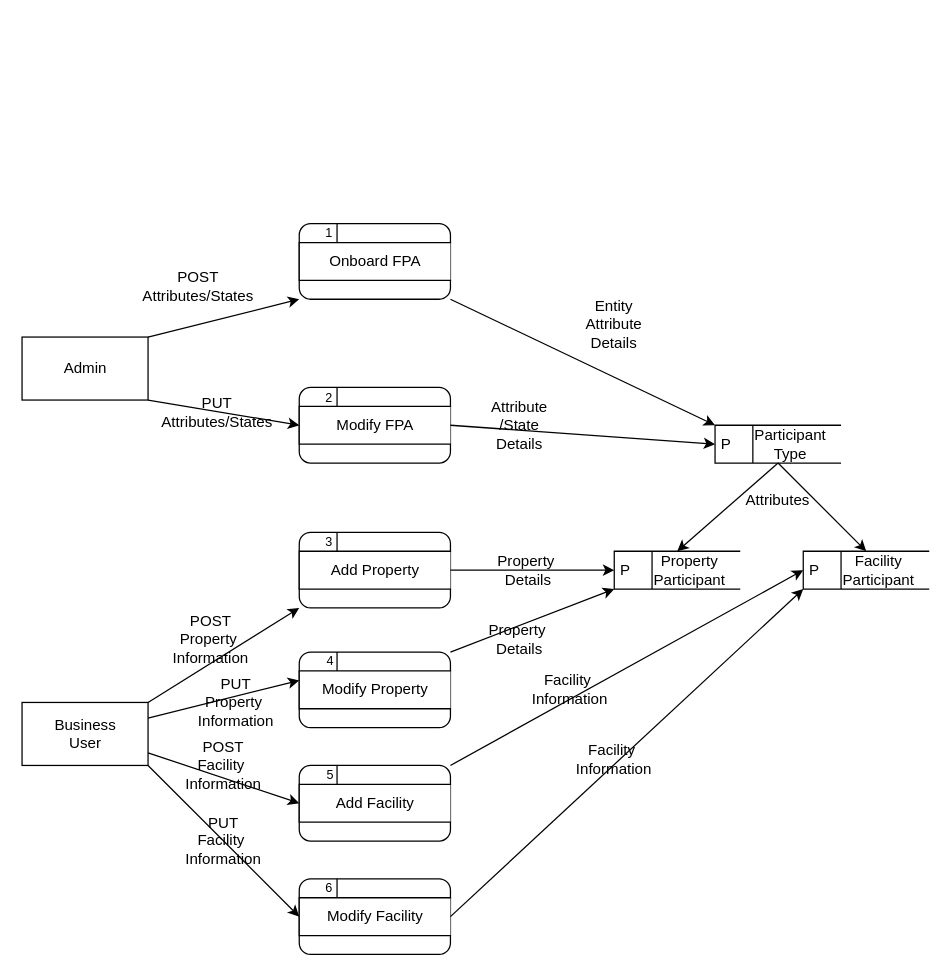
Before: FPAdfd.drawio in jayanthkmr/architecture-diagrams, a draw.io diagram. Source tidied: cells renumbered, new cells numbered last; positions are measured from the earlier drawing's top-left corner, leaving out a move shared by most shapes. Both pictures are drawn from the tidied source at 126%, with x=0, y=0 at pixel (21, 219).
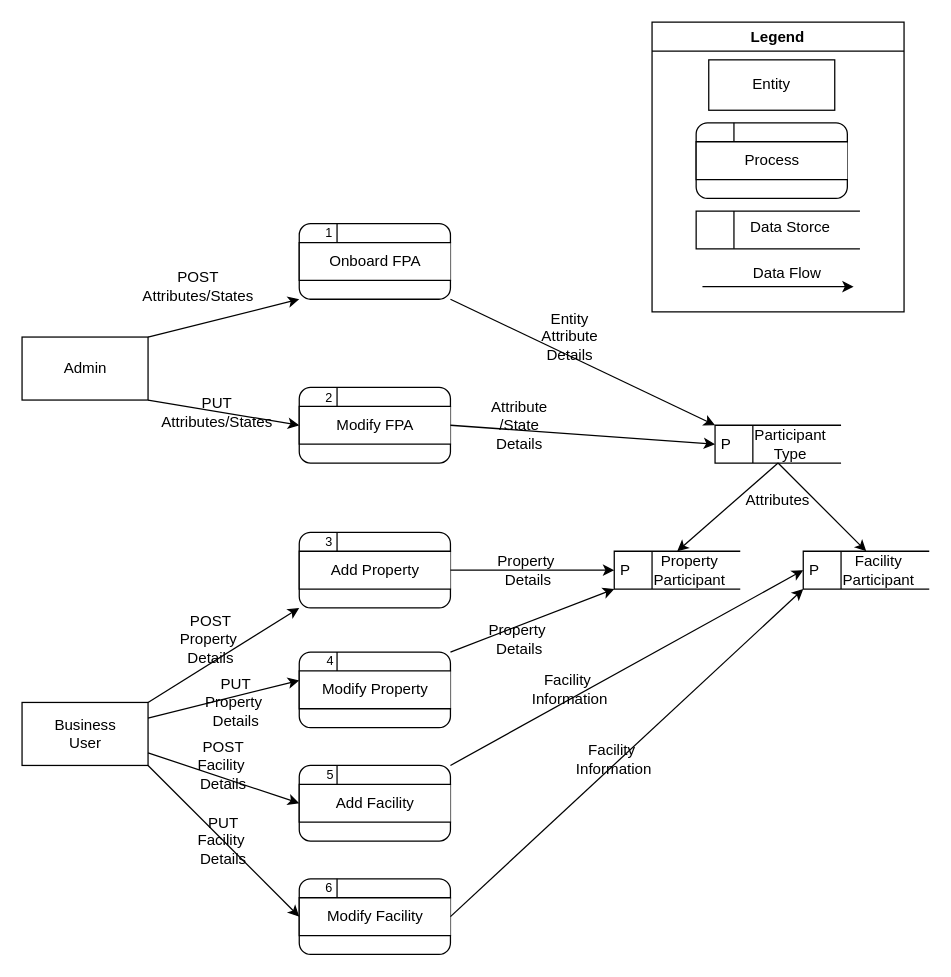
After the change.

Diff of the diagram source:
```diff
@@
     <mxCell id="15" value="Entity Attribute Details" style="text;html=1;strokeColor=none;fillColor=none;align=center;verticalAlign=middle;whiteSpace=wrap;rounded=0;" parent="1" vertex="1">
-      <mxGeometry x="450" y="73" width="40" height="20" as="geometry" />
+      <mxGeometry x="415" y="83" width="40" height="20" as="geometry" />
     </mxCell>
@@
-    <mxCell id="40" value="POST&lt;br&gt;Property&amp;nbsp;&lt;br&gt;Information" style="text;html=1;strokeColor=none;fillColor=none;align=center;verticalAlign=middle;whiteSpace=wrap;rounded=0;" parent="1" vertex="1">
+    <mxCell id="40" value="POST&lt;br&gt;Property&amp;nbsp;&lt;br&gt;Details" style="text;html=1;strokeColor=none;fillColor=none;align=center;verticalAlign=middle;whiteSpace=wrap;rounded=0;" parent="1" vertex="1">
       <mxGeometry x="130" y="323" width="40" height="20" as="geometry" />
     </mxCell>
@@
-    <mxCell id="49" value="PUT Property&amp;nbsp;&lt;br&gt;Information" style="text;html=1;strokeColor=none;fillColor=none;align=center;verticalAlign=middle;whiteSpace=wrap;rounded=0;" parent="1" vertex="1">
+    <mxCell id="49" value="PUT Property&amp;nbsp;&lt;br&gt;Details" style="text;html=1;strokeColor=none;fillColor=none;align=center;verticalAlign=middle;whiteSpace=wrap;rounded=0;" parent="1" vertex="1">
       <mxGeometry x="150" y="373" width="40" height="20" as="geometry" />
     </mxCell>
@@
-    <mxCell id="66" value="POST Facility&amp;nbsp;&lt;br&gt;Information" style="text;html=1;strokeColor=none;fillColor=none;align=center;verticalAlign=middle;whiteSpace=wrap;rounded=0;" parent="1" vertex="1">
+    <mxCell id="66" value="POST Facility&amp;nbsp;&lt;br&gt;Details" style="text;html=1;strokeColor=none;fillColor=none;align=center;verticalAlign=middle;whiteSpace=wrap;rounded=0;" parent="1" vertex="1">
       <mxGeometry x="140" y="423" width="40" height="20" as="geometry" />
     </mxCell>
-    <mxCell id="67" value="PUT Facility&amp;nbsp;&lt;br&gt;Information" style="text;html=1;strokeColor=none;fillColor=none;align=center;verticalAlign=middle;whiteSpace=wrap;rounded=0;" parent="1" vertex="1">
+    <mxCell id="67" value="PUT Facility&amp;nbsp;&lt;br&gt;Details" style="text;html=1;strokeColor=none;fillColor=none;align=center;verticalAlign=middle;whiteSpace=wrap;rounded=0;" parent="1" vertex="1">
       <mxGeometry x="140" y="483" width="40" height="20" as="geometry" />
     </mxCell>
@@
+    <mxCell id="70" style="group;" parent="1" vertex="1">
+      <mxGeometry x="535" y="-7" width="130" height="30" as="geometry" />
+    </mxCell>
+    <mxCell id="71" style="html=1;whitespace=wrap;shape=mxgraph.dfd.dataStoreID;align=left;spacingLeft=3;" parent="70" vertex="1">
+      <mxGeometry width="130" height="30" as="geometry" />
+    </mxCell>
+    <mxCell id="72" value="Data Storce" style="text;html=1;strokeColor=none;fillColor=none;align=center;verticalAlign=middle;whiteSpace=wrap;rounded=0;" parent="70" vertex="1">
+      <mxGeometry x="40" y="5" width="70" height="15" as="geometry" />
+    </mxCell>
+    <mxCell id="73" value="Legend" style="swimlane;" parent="1" vertex="1">
+      <mxGeometry x="500" y="-157" width="200" height="230" as="geometry" />
+    </mxCell>
+    <mxCell id="74" style="group;" parent="73" vertex="1">
+      <mxGeometry x="35" y="80" width="120" height="60" as="geometry" />
+    </mxCell>
+    <mxCell id="75" style="rounded=1;whiteSpace=wrap;html=1;" parent="74" vertex="1">
+      <mxGeometry width="120" height="60" as="geometry" />
+    </mxCell>
+    <mxCell id="76" value="Process" style="html=1;whitespace=wrap;shape=partialRectangle;right=0;" parent="74" vertex="1">
+      <mxGeometry y="15" width="120" height="30" as="geometry" />
+    </mxCell>
+    <mxCell id="77" style="endArrow=none;html=1;entryX=0.25;entryY=0;entryDx=0;entryDy=0;exitX=0.25;exitY=0;exitDx=0;exitDy=0;" parent="74" edge="1" source="76" target="75">
+      <mxGeometry relative="1" as="geometry" />
+    </mxCell>
+    <mxCell id="78" value="Entity" style="rounded=0;whiteSpace=wrap;html=1;" parent="73" vertex="1">
+      <mxGeometry x="45" y="30" width="100" height="40" as="geometry" />
+    </mxCell>
+    <mxCell id="79" style="endArrow=classic;html=1;" parent="73" edge="1">
+      <mxGeometry relative="1" as="geometry">
+        <mxPoint x="40" y="210" as="sourcePoint" />
+        <mxPoint x="160" y="210" as="targetPoint" />
+      </mxGeometry>
+    </mxCell>
+    <mxCell id="80" value="Data Flow" style="text;html=1;strokeColor=none;fillColor=none;align=center;verticalAlign=middle;whiteSpace=wrap;rounded=0;" parent="73" vertex="1">
+      <mxGeometry x="75" y="190" width="65" height="20" as="geometry" />
+    </mxCell>
```
